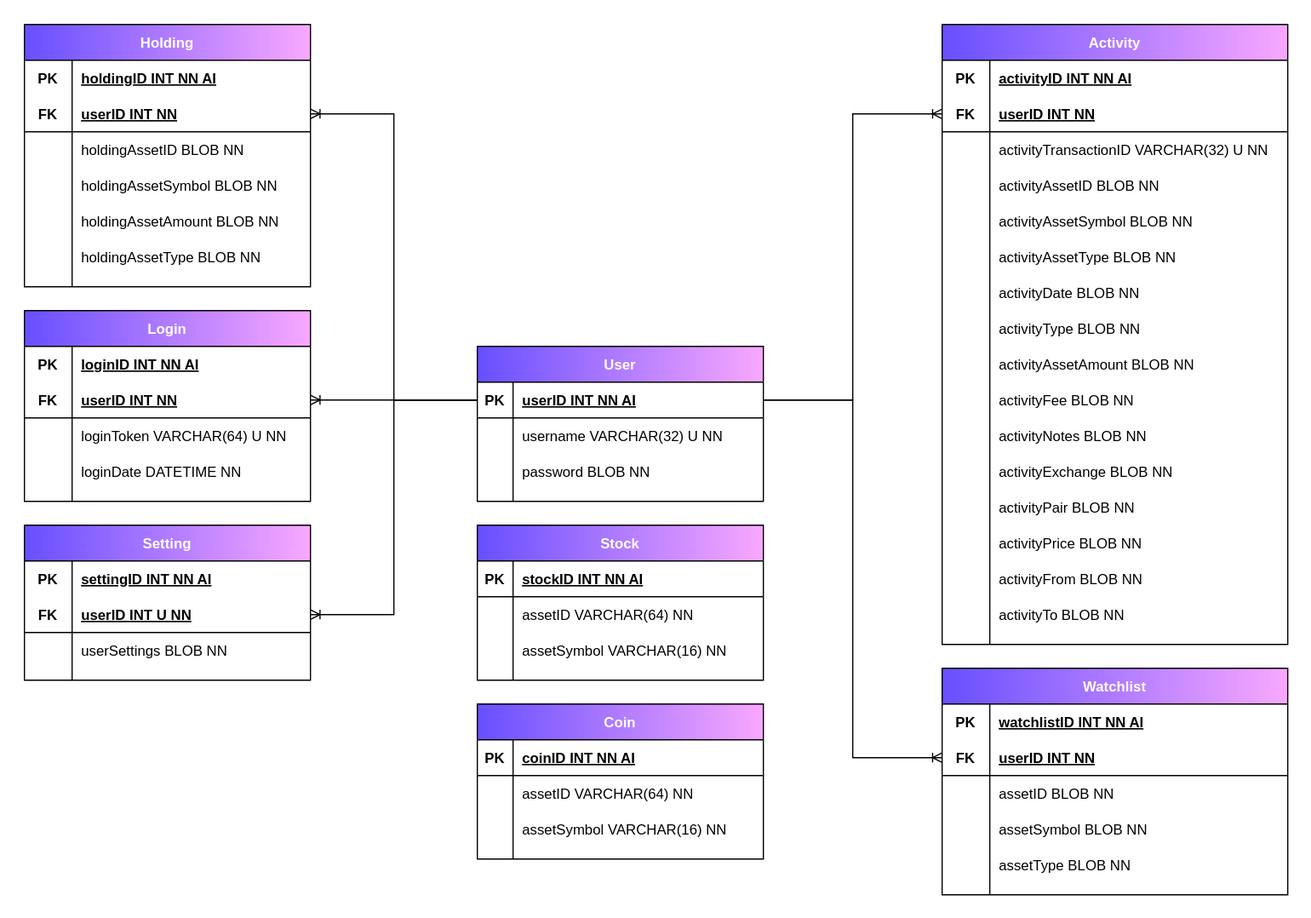
The draw.io diagram docs/ERD/ERD-Encrypted.svg in Xtrendence/CryptoShare, before a commit. Source tidied: cells renumbered, new cells last; positions are measured from the earlier drawing's top-left corner, leaving out a move shared by most shapes.
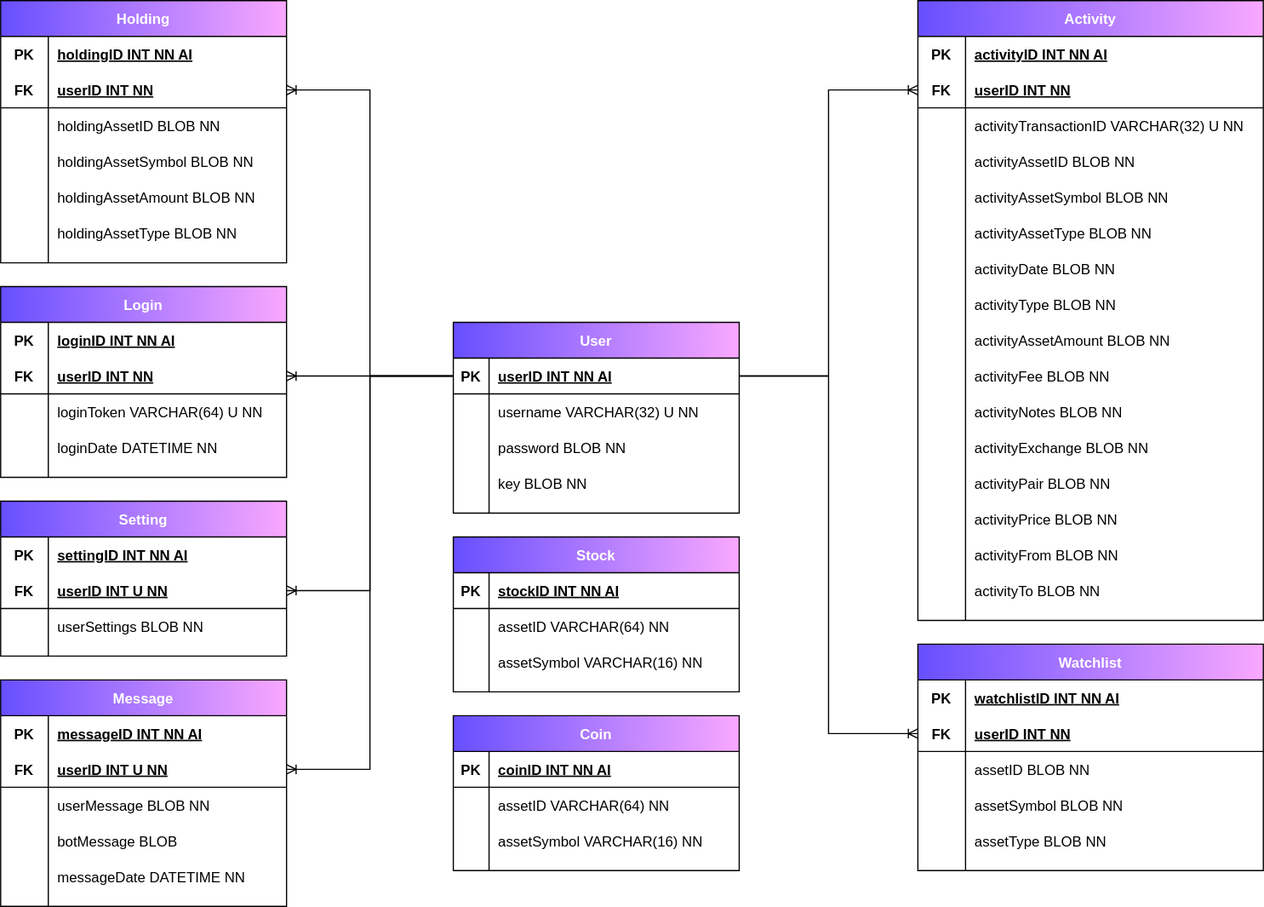
After the commit.

Commit message:
The ERDs now include the "Message" table.

Change to the diagram source:
```diff
@@ -3,7 +3,7 @@
     <mxCell id="0" />
     <mxCell id="1" parent="0" />
     <mxCell id="2" value="User" style="shape=table;startSize=30;rowLines=0;fontStyle=1;align=center;fillColor=#F9A8FF;gradientColor=#674FFF;gradientDirection=west;fontColor=#FFFFFF;labelBackgroundColor=none;" parent="1" vertex="1">
-      <mxGeometry x="380" y="270" width="240" height="130" as="geometry" />
+      <mxGeometry x="380" y="270" width="240" height="160" as="geometry" />
     </mxCell>
     <mxCell id="3" style="shape=partialRectangle;fillColor=none;top=0;left=0;bottom=1;right=0;points=[[0,0.5],[1,0.5]];portConstraint=eastwest;" parent="2" vertex="1">
       <mxGeometry y="30" width="240" height="30" as="geometry" />
@@ -32,6 +32,15 @@
     <mxCell id="11" value="password BLOB NN" style="shape=partialRectangle;fillColor=none;top=0;left=0;bottom=0;right=0;align=left;spacingLeft=6;overflow=hidden;" parent="9" vertex="1">
       <mxGeometry x="30" width="210" height="30" as="geometry" />
     </mxCell>
+    <mxCell id="144" style="shape=partialRectangle;fillColor=none;top=0;left=0;bottom=0;right=0;" parent="2" vertex="1">
+      <mxGeometry y="120" width="240" height="30" as="geometry" />
+    </mxCell>
+    <mxCell id="145" style="shape=partialRectangle;fillColor=none;top=0;left=0;bottom=0;right=0;overflow=hidden;" parent="144" vertex="1">
+      <mxGeometry width="30" height="30" as="geometry" />
+    </mxCell>
+    <mxCell id="146" value="key BLOB NN" style="shape=partialRectangle;fillColor=none;top=0;left=0;bottom=0;right=0;align=left;spacingLeft=6;overflow=hidden;" parent="144" vertex="1">
+      <mxGeometry x="30" width="210" height="30" as="geometry" />
+    </mxCell>
     <mxCell id="12" value="Activity" style="shape=table;startSize=30;rowLines=0;fontStyle=1;align=center;fillColor=#F9A8FF;gradientColor=#674FFF;gradientDirection=west;fontColor=#FFFFFF;" parent="1" vertex="1">
       <mxGeometry x="770" width="290" height="520" as="geometry" />
     </mxCell>
@@ -237,7 +246,7 @@
       <mxGeometry x="40" width="200" height="30" as="geometry" />
     </mxCell>
     <mxCell id="80" value="Coin" style="shape=table;startSize=30;rowLines=0;fontStyle=1;align=center;fillColor=#F9A8FF;gradientColor=#674FFF;gradientDirection=west;fontColor=#FFFFFF;labelBackgroundColor=none;" parent="1" vertex="1">
-      <mxGeometry x="380" y="570" width="240" height="130" as="geometry" />
+      <mxGeometry x="380" y="600" width="240" height="130" as="geometry" />
     </mxCell>
     <mxCell id="81" style="shape=partialRectangle;fillColor=none;top=0;left=0;bottom=1;right=0;" parent="80" vertex="1">
       <mxGeometry y="30" width="240" height="30" as="geometry" />
@@ -267,7 +276,7 @@
       <mxGeometry x="30" width="210" height="30" as="geometry" />
     </mxCell>
     <mxCell id="90" value="Stock" style="shape=table;startSize=30;rowLines=0;fontStyle=1;align=center;fillColor=#F9A8FF;gradientColor=#674FFF;gradientDirection=west;fontColor=#FFFFFF;labelBackgroundColor=none;" parent="1" vertex="1">
-      <mxGeometry x="380" y="420" width="240" height="130" as="geometry" />
+      <mxGeometry x="380" y="450" width="240" height="130" as="geometry" />
     </mxCell>
     <mxCell id="91" style="shape=partialRectangle;fillColor=none;top=0;left=0;bottom=1;right=0;" parent="90" vertex="1">
       <mxGeometry y="30" width="240" height="30" as="geometry" />
@@ -428,5 +437,56 @@
     <mxCell id="143" style="edgeStyle=orthogonalEdgeStyle;fontSize=12;html=1;endArrow=ERoneToMany;rounded=0;fontColor=#FFFFFF;startSize=30;exitX=1;exitY=0.5;exitDx=0;exitDy=0;entryX=0;entryY=0.5;entryDx=0;entryDy=0;" parent="1" edge="1" source="3" target="127">
       <mxGeometry relative="1" as="geometry" />
     </mxCell>
+    <mxCell id="147" value="Message" style="shape=table;startSize=30;rowLines=0;fontStyle=1;align=center;fillColor=#F9A8FF;gradientColor=#674FFF;gradientDirection=west;fontColor=#FFFFFF;" parent="1" vertex="1">
+      <mxGeometry y="570" width="240" height="190" as="geometry" />
+    </mxCell>
+    <mxCell id="148" style="shape=partialRectangle;fillColor=none;top=0;left=0;bottom=0;right=0;startSize=30;" parent="147" vertex="1">
+      <mxGeometry y="30" width="240" height="30" as="geometry" />
+    </mxCell>
+    <mxCell id="149" value="PK" style="shape=partialRectangle;fillColor=none;top=0;left=0;bottom=0;right=0;fontStyle=1;overflow=hidden;startSize=30;" parent="148" vertex="1">
+      <mxGeometry width="40" height="30" as="geometry" />
+    </mxCell>
+    <mxCell id="150" value="messageID INT NN AI" style="shape=partialRectangle;fillColor=none;top=0;left=0;bottom=0;right=0;align=left;spacingLeft=6;fontStyle=5;overflow=hidden;startSize=30;" parent="148" vertex="1">
+      <mxGeometry x="40" width="200" height="30" as="geometry" />
+    </mxCell>
+    <mxCell id="151" style="shape=partialRectangle;fillColor=none;top=0;left=0;bottom=1;right=0;points=[[0,0.5],[1,0.5]];portConstraint=eastwest;startSize=30;" parent="147" vertex="1">
+      <mxGeometry y="60" width="240" height="30" as="geometry" />
+    </mxCell>
+    <mxCell id="152" value="FK" style="shape=partialRectangle;fillColor=none;top=0;left=0;bottom=0;right=0;fontStyle=1;overflow=hidden;startSize=30;" parent="151" vertex="1">
+      <mxGeometry width="40" height="30" as="geometry" />
+    </mxCell>
+    <mxCell id="153" value="userID INT U NN" style="shape=partialRectangle;fillColor=none;top=0;left=0;bottom=0;right=0;align=left;spacingLeft=6;fontStyle=5;overflow=hidden;startSize=30;" parent="151" vertex="1">
+      <mxGeometry x="40" width="200" height="30" as="geometry" />
+    </mxCell>
+    <mxCell id="154" style="shape=partialRectangle;fillColor=none;top=0;left=0;bottom=0;right=0;startSize=30;" parent="147" vertex="1">
+      <mxGeometry y="90" width="240" height="30" as="geometry" />
+    </mxCell>
+    <mxCell id="155" style="shape=partialRectangle;fillColor=none;top=0;left=0;bottom=0;right=0;overflow=hidden;startSize=30;" parent="154" vertex="1">
+      <mxGeometry width="40" height="30" as="geometry" />
+    </mxCell>
+    <mxCell id="156" value="userMessage BLOB NN" style="shape=partialRectangle;fillColor=none;top=0;left=0;bottom=0;right=0;align=left;spacingLeft=6;overflow=hidden;startSize=30;" parent="154" vertex="1">
+      <mxGeometry x="40" width="200" height="30" as="geometry" />
+    </mxCell>
+    <mxCell id="157" style="shape=partialRectangle;fillColor=none;top=0;left=0;bottom=0;right=0;startSize=30;" parent="147" vertex="1">
+      <mxGeometry y="120" width="240" height="30" as="geometry" />
+    </mxCell>
+    <mxCell id="158" style="shape=partialRectangle;fillColor=none;top=0;left=0;bottom=0;right=0;overflow=hidden;startSize=30;" parent="157" vertex="1">
+      <mxGeometry width="40" height="30" as="geometry" />
+    </mxCell>
+    <mxCell id="159" value="botMessage BLOB" style="shape=partialRectangle;fillColor=none;top=0;left=0;bottom=0;right=0;align=left;spacingLeft=6;overflow=hidden;startSize=30;" parent="157" vertex="1">
+      <mxGeometry x="40" width="200" height="30" as="geometry" />
+    </mxCell>
+    <mxCell id="160" style="shape=partialRectangle;fillColor=none;top=0;left=0;bottom=0;right=0;startSize=30;" parent="147" vertex="1">
+      <mxGeometry y="150" width="240" height="30" as="geometry" />
+    </mxCell>
+    <mxCell id="161" style="shape=partialRectangle;fillColor=none;top=0;left=0;bottom=0;right=0;overflow=hidden;startSize=30;" parent="160" vertex="1">
+      <mxGeometry width="40" height="30" as="geometry" />
+    </mxCell>
+    <mxCell id="162" value="messageDate DATETIME NN" style="shape=partialRectangle;fillColor=none;top=0;left=0;bottom=0;right=0;align=left;spacingLeft=6;overflow=hidden;startSize=30;" parent="160" vertex="1">
+      <mxGeometry x="40" width="200" height="30" as="geometry" />
+    </mxCell>
+    <mxCell id="163" style="edgeStyle=orthogonalEdgeStyle;fontSize=12;html=1;endArrow=ERoneToMany;rounded=0;fontColor=#FFFFFF;startSize=30;exitX=0;exitY=0.5;exitDx=0;exitDy=0;entryX=1;entryY=0.5;entryDx=0;entryDy=0;" parent="1" edge="1" source="3" target="151">
+      <mxGeometry relative="1" as="geometry" />
+    </mxCell>
   </root>
 </mxGraphModel>
```
